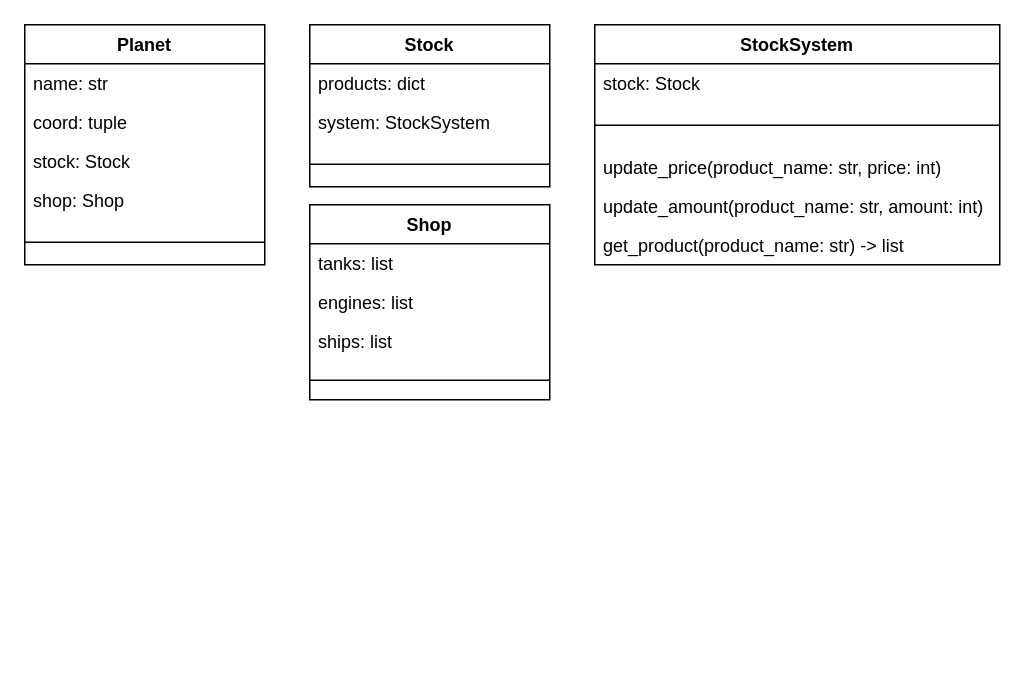
The draw.io diagram page "planet" (2 of 2) of Space_Tracking/Space_Tracking.drawio in CURROCHKA/miner, before the edit. Source tidied: cells renumbered, new cells numbered last; positions are measured from the earlier drawing's top-left corner, leaving out a move shared by most shapes. Both pictures are drawn from the tidied source at 150%, with x=0, y=0 at pixel (24, 24).
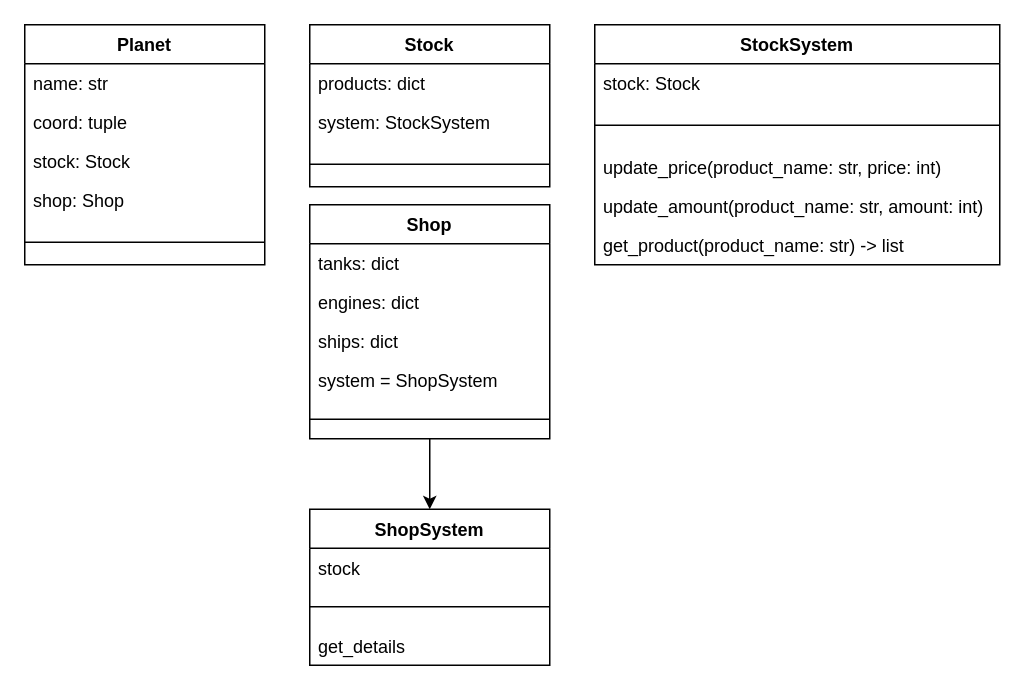
The same diagram, later.

What changed in the source:
```diff
@@
+    <mxCell id="23" style="edgeStyle=orthogonalEdgeStyle;rounded=0;jettySize=auto;html=1;exitX=0.5;exitY=1;exitDx=0;exitDy=0;entryX=0.5;entryY=0;entryDx=0;entryDy=0;" parent="1" edge="1" source="18" target="25">
+      <mxGeometry relative="1" as="geometry" />
+    </mxCell>
     <mxCell id="18" value="Shop" style="swimlane;fontStyle=1;align=center;verticalAlign=top;horizontal=1;startSize=26;rounded=0;fillColor=none;" parent="1" vertex="1">
-      <mxGeometry x="190" y="120" width="160" height="130" as="geometry" />
+      <mxGeometry x="190" y="120" width="160" height="156" as="geometry" />
     </mxCell>
-    <mxCell id="19" value="tanks: list" style="text;strokeColor=none;fillColor=none;align=left;verticalAlign=top;spacingLeft=4;spacingRight=4;overflow=hidden;rounded=0;" parent="18" vertex="1">
+    <mxCell id="19" value="tanks: dict" style="text;strokeColor=none;fillColor=none;align=left;verticalAlign=top;spacingLeft=4;spacingRight=4;overflow=hidden;rounded=0;" parent="18" vertex="1">
       <mxGeometry y="26" width="160" height="26" as="geometry" />
     </mxCell>
-    <mxCell id="20" value="engines: list" style="text;strokeColor=none;fillColor=none;align=left;verticalAlign=top;spacingLeft=4;spacingRight=4;overflow=hidden;rounded=0;" parent="18" vertex="1">
+    <mxCell id="20" value="engines: dict" style="text;strokeColor=none;fillColor=none;align=left;verticalAlign=top;spacingLeft=4;spacingRight=4;overflow=hidden;rounded=0;" parent="18" vertex="1">
       <mxGeometry y="52" width="160" height="26" as="geometry" />
     </mxCell>
-    <mxCell id="21" value="ships: list" style="text;strokeColor=none;fillColor=none;align=left;verticalAlign=top;spacingLeft=4;spacingRight=4;overflow=hidden;rounded=0;" parent="18" vertex="1">
+    <mxCell id="21" value="ships: dict" style="text;strokeColor=none;fillColor=none;align=left;verticalAlign=top;spacingLeft=4;spacingRight=4;overflow=hidden;rounded=0;" parent="18" vertex="1">
       <mxGeometry y="78" width="160" height="26" as="geometry" />
     </mxCell>
+    <mxCell id="24" value="system = ShopSystem" style="text;strokeColor=none;fillColor=none;align=left;verticalAlign=top;spacingLeft=4;spacingRight=4;overflow=hidden;rounded=0;" parent="18" vertex="1">
+      <mxGeometry y="104" width="160" height="26" as="geometry" />
+    </mxCell>
     <mxCell id="22" style="line;strokeWidth=1;fillColor=none;align=left;verticalAlign=middle;spacingTop=-1;spacingLeft=3;spacingRight=3;labelPosition=right;rounded=0;" parent="18" vertex="1">
-      <mxGeometry y="104" width="160" height="26" as="geometry" />
+      <mxGeometry y="130" width="160" height="26" as="geometry" />
     </mxCell>
+    <mxCell id="25" value="ShopSystem" style="swimlane;fontStyle=1;align=center;verticalAlign=top;horizontal=1;startSize=26;rounded=0;fillColor=none;" parent="1" vertex="1">
+      <mxGeometry x="190" y="323" width="160" height="104" as="geometry" />
+    </mxCell>
+    <mxCell id="26" value="stock" style="text;strokeColor=none;fillColor=none;align=left;verticalAlign=top;spacingLeft=4;spacingRight=4;overflow=hidden;rounded=0;" parent="25" vertex="1">
+      <mxGeometry y="26" width="160" height="26" as="geometry" />
+    </mxCell>
+    <mxCell id="27" style="line;strokeWidth=1;fillColor=none;align=left;verticalAlign=middle;spacingTop=-1;spacingLeft=3;spacingRight=3;labelPosition=right;rounded=0;" parent="25" vertex="1">
+      <mxGeometry y="52" width="160" height="26" as="geometry" />
+    </mxCell>
+    <mxCell id="28" value="get_details" style="text;strokeColor=none;fillColor=none;align=left;verticalAlign=top;spacingLeft=4;spacingRight=4;overflow=hidden;rounded=0;" parent="25" vertex="1">
+      <mxGeometry y="78" width="160" height="26" as="geometry" />
+    </mxCell>
```
